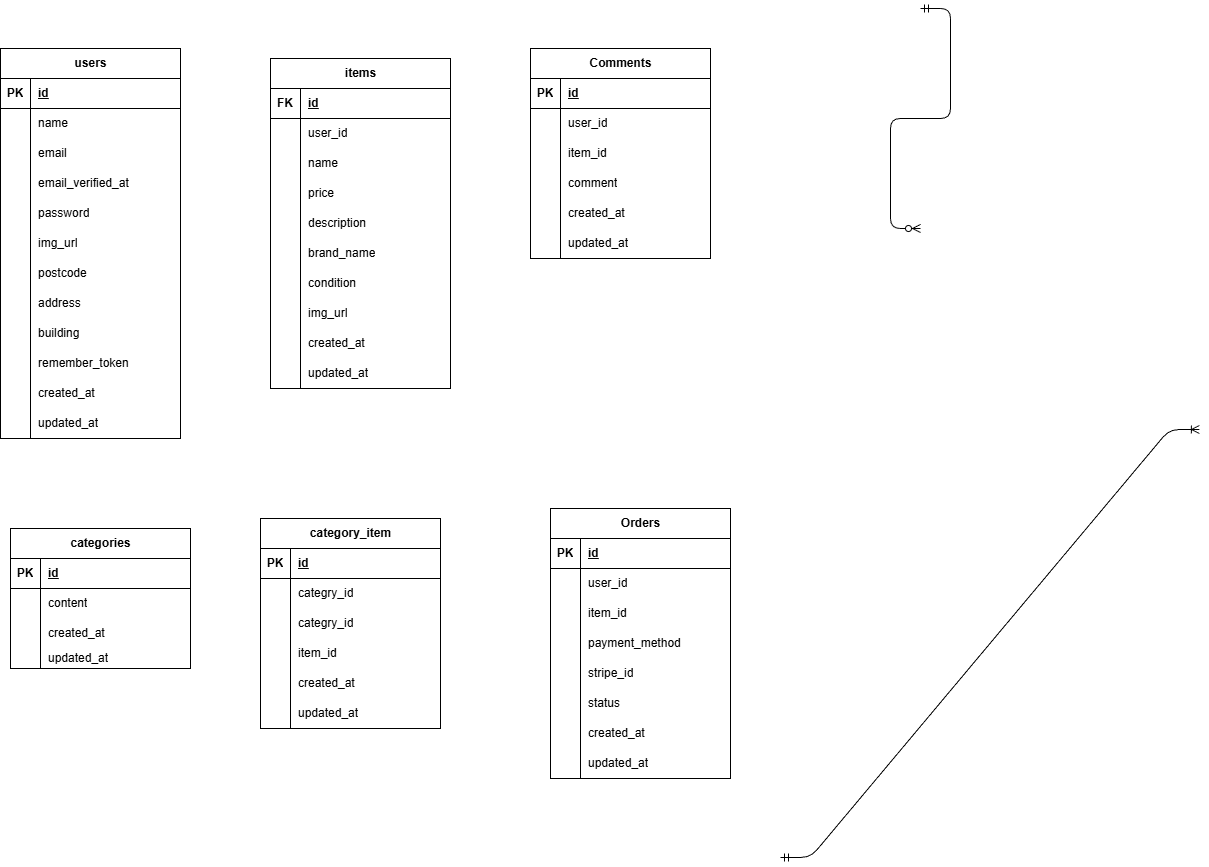
Before: ER.drawio.png, a diagram exported from draw.io (HIDE52/hide-fremaapp). Source tidied: cells renumbered, new cells last; positions are measured from the earlier drawing's top-left corner, leaving out a move shared by most shapes.
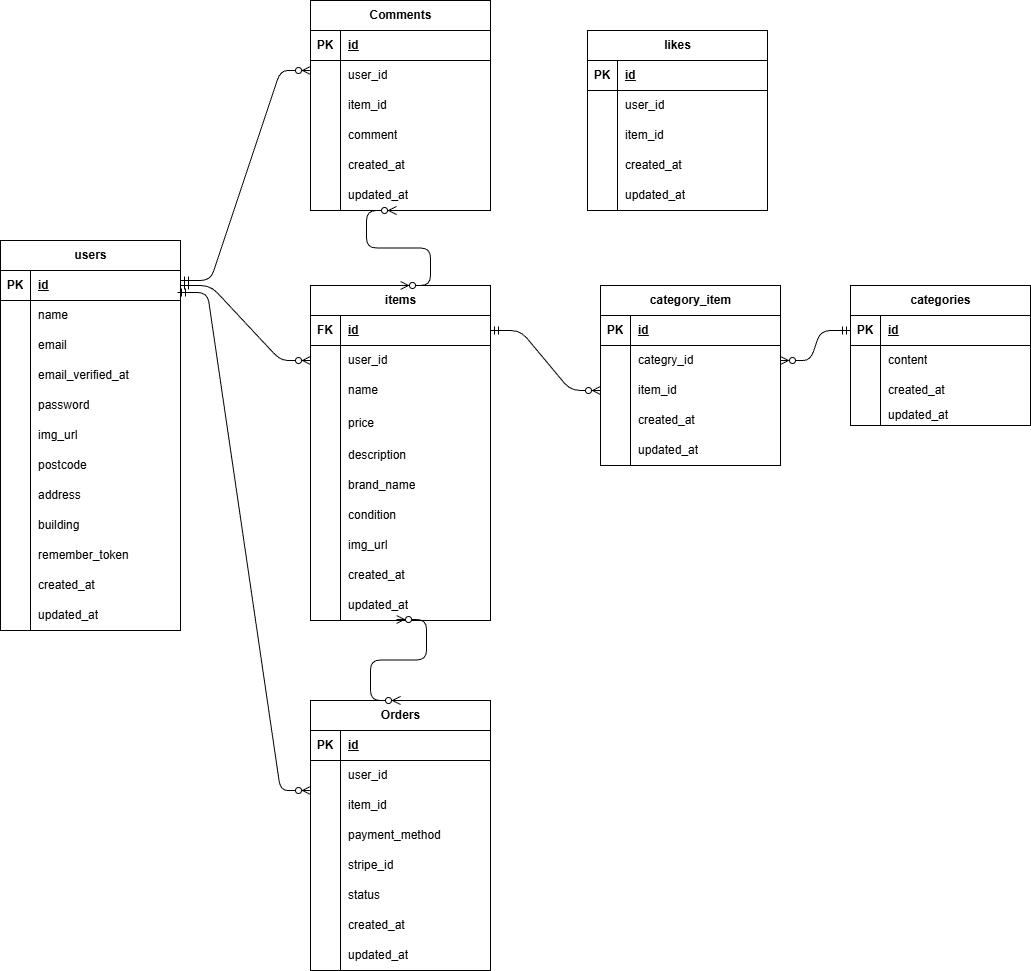
After the commit.

The edit, as a diff of the source:
```diff
@@ -3,7 +3,7 @@
     <mxCell id="0" />
     <mxCell id="1" parent="0" />
     <mxCell id="2" value="categories" style="shape=table;startSize=30;rowLines=0;fontStyle=1;align=center;html=1;" parent="1" vertex="1">
-      <mxGeometry x="10" y="520" width="180" height="140" as="geometry" />
+      <mxGeometry x="880" y="245" width="180" height="140" as="geometry" />
     </mxCell>
     <mxCell id="3" style="shape=tableRow;horizontal=0;startSize=0;swimlaneHead=0;swimlaneBody=0;fillColor=none;points=[[0,0.5],[1,0.5]];portConstraint=eastwest;top=0;left=0;right=0;bottom=1;" parent="2" vertex="1">
       <mxGeometry y="30" width="180" height="30" as="geometry" />
@@ -42,7 +42,7 @@
       <mxGeometry x="30" width="150" height="20" as="geometry" />
     </mxCell>
     <mxCell id="15" value="users" style="shape=table;startSize=30;rowLines=0;fontStyle=1;align=center;html=1;" parent="1" vertex="1">
-      <mxGeometry y="40" width="180" height="390" as="geometry" />
+      <mxGeometry x="30" y="200" width="180" height="390" as="geometry" />
     </mxCell>
     <mxCell id="16" style="shape=tableRow;horizontal=0;startSize=0;swimlaneHead=0;swimlaneBody=0;fillColor=none;points=[[0,0.5],[1,0.5]];portConstraint=eastwest;top=0;left=0;right=0;bottom=1;" parent="15" vertex="1">
       <mxGeometry y="30" width="180" height="30" as="geometry" />
@@ -152,14 +152,8 @@
     <mxCell id="51" value="updated_at" style="shape=partialRectangle;fillColor=none;top=0;left=0;bottom=0;right=0;align=left;spacingLeft=6;overflow=hidden;whiteSpace=wrap;html=1;" parent="49" vertex="1">
       <mxGeometry x="30" width="150" height="30" as="geometry" />
     </mxCell>
-    <mxCell id="52" style="edgeStyle=entityRelationEdgeStyle;fontSize=12;html=1;endArrow=ERzeroToMany;startArrow=ERmandOne;" parent="1" edge="1">
-      <mxGeometry relative="1" as="geometry">
-        <mxPoint x="920" as="sourcePoint" />
-        <mxPoint x="920" y="220" as="targetPoint" />
-      </mxGeometry>
-    </mxCell>
     <mxCell id="53" value="items" style="shape=table;startSize=30;rowLines=0;fontStyle=1;align=center;html=1;" parent="1" vertex="1">
-      <mxGeometry x="270" y="50" width="180" height="330" as="geometry" />
+      <mxGeometry x="340" y="245" width="180" height="335" as="geometry" />
     </mxCell>
     <mxCell id="54" style="shape=tableRow;horizontal=0;startSize=0;swimlaneHead=0;swimlaneBody=0;fillColor=none;top=0;left=0;right=0;bottom=1;" parent="53" vertex="1">
       <mxGeometry y="30" width="180" height="30" as="geometry" />
@@ -189,16 +183,16 @@
       <mxGeometry x="30" width="150" height="30" as="geometry" />
     </mxCell>
     <mxCell id="63" style="shape=tableRow;horizontal=0;startSize=0;swimlaneHead=0;swimlaneBody=0;fillColor=none;top=0;left=0;right=0;bottom=0;" parent="53" vertex="1">
-      <mxGeometry y="120" width="180" height="30" as="geometry" />
+      <mxGeometry y="120" width="180" height="35" as="geometry" />
     </mxCell>
     <mxCell id="64" style="shape=partialRectangle;fillColor=none;top=0;left=0;bottom=0;right=0;overflow=hidden;whiteSpace=wrap;html=1;" parent="63" vertex="1">
-      <mxGeometry width="30" height="30" as="geometry" />
+      <mxGeometry width="30" height="35" as="geometry" />
     </mxCell>
     <mxCell id="65" value="&lt;span style=&quot;color: rgb(0, 0, 0);&quot;&gt;price&lt;/span&gt;" style="shape=partialRectangle;fillColor=none;top=0;left=0;bottom=0;right=0;align=left;spacingLeft=6;overflow=hidden;whiteSpace=wrap;html=1;" parent="63" vertex="1">
-      <mxGeometry x="30" width="150" height="30" as="geometry" />
+      <mxGeometry x="30" width="150" height="35" as="geometry" />
     </mxCell>
     <mxCell id="66" style="shape=tableRow;horizontal=0;startSize=0;swimlaneHead=0;swimlaneBody=0;fillColor=none;top=0;left=0;right=0;bottom=0;" parent="53" vertex="1">
-      <mxGeometry y="150" width="180" height="30" as="geometry" />
+      <mxGeometry y="155" width="180" height="30" as="geometry" />
     </mxCell>
     <mxCell id="67" style="shape=partialRectangle;fillColor=none;top=0;left=0;bottom=0;right=0;overflow=hidden;whiteSpace=wrap;html=1;" parent="66" vertex="1">
       <mxGeometry width="30" height="30" as="geometry" />
@@ -207,7 +201,7 @@
       <mxGeometry x="30" width="150" height="30" as="geometry" />
     </mxCell>
     <mxCell id="69" style="shape=tableRow;horizontal=0;startSize=0;swimlaneHead=0;swimlaneBody=0;fillColor=none;top=0;left=0;right=0;bottom=0;" parent="53" vertex="1">
-      <mxGeometry y="180" width="180" height="30" as="geometry" />
+      <mxGeometry y="185" width="180" height="30" as="geometry" />
     </mxCell>
     <mxCell id="70" style="shape=partialRectangle;fillColor=none;top=0;left=0;bottom=0;right=0;overflow=hidden;whiteSpace=wrap;html=1;" parent="69" vertex="1">
       <mxGeometry width="30" height="30" as="geometry" />
@@ -216,7 +210,7 @@
       <mxGeometry x="30" width="150" height="30" as="geometry" />
     </mxCell>
     <mxCell id="72" style="shape=tableRow;horizontal=0;startSize=0;swimlaneHead=0;swimlaneBody=0;fillColor=none;top=0;left=0;right=0;bottom=0;" parent="53" vertex="1">
-      <mxGeometry y="210" width="180" height="30" as="geometry" />
+      <mxGeometry y="215" width="180" height="30" as="geometry" />
     </mxCell>
     <mxCell id="73" style="shape=partialRectangle;fillColor=none;top=0;left=0;bottom=0;right=0;overflow=hidden;whiteSpace=wrap;html=1;" parent="72" vertex="1">
       <mxGeometry width="30" height="30" as="geometry" />
@@ -225,7 +219,7 @@
       <mxGeometry x="30" width="150" height="30" as="geometry" />
     </mxCell>
     <mxCell id="75" style="shape=tableRow;horizontal=0;startSize=0;swimlaneHead=0;swimlaneBody=0;fillColor=none;top=0;left=0;right=0;bottom=0;" parent="53" vertex="1">
-      <mxGeometry y="240" width="180" height="30" as="geometry" />
+      <mxGeometry y="245" width="180" height="30" as="geometry" />
     </mxCell>
     <mxCell id="76" style="shape=partialRectangle;fillColor=none;top=0;left=0;bottom=0;right=0;overflow=hidden;whiteSpace=wrap;html=1;" parent="75" vertex="1">
       <mxGeometry width="30" height="30" as="geometry" />
@@ -234,7 +228,7 @@
       <mxGeometry x="30" width="150" height="30" as="geometry" />
     </mxCell>
     <mxCell id="78" style="shape=tableRow;horizontal=0;startSize=0;swimlaneHead=0;swimlaneBody=0;fillColor=none;top=0;left=0;right=0;bottom=0;" parent="53" vertex="1">
-      <mxGeometry y="270" width="180" height="30" as="geometry" />
+      <mxGeometry y="275" width="180" height="30" as="geometry" />
     </mxCell>
     <mxCell id="79" style="shape=partialRectangle;fillColor=none;top=0;left=0;bottom=0;right=0;overflow=hidden;whiteSpace=wrap;html=1;" parent="78" vertex="1">
       <mxGeometry width="30" height="30" as="geometry" />
@@ -243,7 +237,7 @@
       <mxGeometry x="30" width="150" height="30" as="geometry" />
     </mxCell>
     <mxCell id="81" style="shape=tableRow;horizontal=0;startSize=0;swimlaneHead=0;swimlaneBody=0;fillColor=none;points=[[0,0.5],[1,0.5]];portConstraint=eastwest;top=0;left=0;right=0;bottom=0;" parent="53" vertex="1">
-      <mxGeometry y="300" width="180" height="30" as="geometry" />
+      <mxGeometry y="305" width="180" height="30" as="geometry" />
     </mxCell>
     <mxCell id="82" style="shape=partialRectangle;fillColor=none;top=0;left=0;bottom=0;right=0;overflow=hidden;whiteSpace=wrap;html=1;" parent="81" vertex="1">
       <mxGeometry width="30" height="30" as="geometry" />
@@ -252,7 +246,7 @@
       <mxGeometry x="30" width="150" height="30" as="geometry" />
     </mxCell>
     <mxCell id="84" value="category_item" style="shape=table;startSize=30;rowLines=0;fontStyle=1;align=center;html=1;" parent="1" vertex="1">
-      <mxGeometry x="260" y="510" width="180" height="210" as="geometry" />
+      <mxGeometry x="630" y="245" width="180" height="180" as="geometry" />
     </mxCell>
     <mxCell id="85" style="shape=tableRow;horizontal=0;startSize=0;swimlaneHead=0;swimlaneBody=0;fillColor=none;top=0;left=0;right=0;bottom=1;" parent="84" vertex="1">
       <mxGeometry y="30" width="180" height="30" as="geometry" />
@@ -272,17 +266,8 @@
     <mxCell id="90" value="&lt;span style=&quot;color: rgb(0, 0, 0);&quot;&gt;categry_id&lt;/span&gt;" style="shape=partialRectangle;fillColor=none;top=0;left=0;bottom=0;right=0;align=left;spacingLeft=6;overflow=hidden;whiteSpace=wrap;html=1;" parent="88" vertex="1">
       <mxGeometry x="30" width="150" height="30" as="geometry" />
     </mxCell>
-    <mxCell id="91" style="shape=tableRow;horizontal=0;startSize=0;swimlaneHead=0;swimlaneBody=0;fillColor=none;top=0;left=0;right=0;bottom=0;" parent="84" vertex="1">
-      <mxGeometry y="90" width="180" height="30" as="geometry" />
-    </mxCell>
-    <mxCell id="92" style="shape=partialRectangle;fillColor=none;top=0;left=0;bottom=0;right=0;overflow=hidden;whiteSpace=wrap;html=1;" parent="91" vertex="1">
-      <mxGeometry width="30" height="30" as="geometry" />
-    </mxCell>
-    <mxCell id="93" value="&lt;span style=&quot;color: rgb(0, 0, 0);&quot;&gt;categry_id&lt;/span&gt;" style="shape=partialRectangle;fillColor=none;top=0;left=0;bottom=0;right=0;align=left;spacingLeft=6;overflow=hidden;whiteSpace=wrap;html=1;" parent="91" vertex="1">
-      <mxGeometry x="30" width="150" height="30" as="geometry" />
-    </mxCell>
     <mxCell id="94" style="shape=tableRow;horizontal=0;startSize=0;swimlaneHead=0;swimlaneBody=0;fillColor=none;points=[[0,0.5],[1,0.5]];portConstraint=eastwest;top=0;left=0;right=0;bottom=0;" parent="84" vertex="1">
-      <mxGeometry y="120" width="180" height="30" as="geometry" />
+      <mxGeometry y="90" width="180" height="30" as="geometry" />
     </mxCell>
     <mxCell id="95" style="shape=partialRectangle;fillColor=none;top=0;left=0;bottom=0;right=0;overflow=hidden;whiteSpace=wrap;html=1;" parent="94" vertex="1">
       <mxGeometry width="30" height="30" as="geometry" />
@@ -291,7 +276,7 @@
       <mxGeometry x="30" width="150" height="30" as="geometry" />
     </mxCell>
     <mxCell id="97" style="shape=tableRow;horizontal=0;startSize=0;swimlaneHead=0;swimlaneBody=0;fillColor=none;top=0;left=0;right=0;bottom=0;" parent="84" vertex="1">
-      <mxGeometry y="150" width="180" height="30" as="geometry" />
+      <mxGeometry y="120" width="180" height="30" as="geometry" />
     </mxCell>
     <mxCell id="98" style="shape=partialRectangle;fillColor=none;top=0;left=0;bottom=0;right=0;overflow=hidden;whiteSpace=wrap;html=1;" parent="97" vertex="1">
       <mxGeometry width="30" height="30" as="geometry" />
@@ -300,7 +285,7 @@
       <mxGeometry x="30" width="150" height="30" as="geometry" />
     </mxCell>
     <mxCell id="100" style="shape=tableRow;horizontal=0;startSize=0;swimlaneHead=0;swimlaneBody=0;fillColor=none;top=0;left=0;right=0;bottom=0;" parent="84" vertex="1">
-      <mxGeometry y="180" width="180" height="30" as="geometry" />
+      <mxGeometry y="150" width="180" height="30" as="geometry" />
     </mxCell>
     <mxCell id="101" style="shape=partialRectangle;fillColor=none;top=0;left=0;bottom=0;right=0;overflow=hidden;whiteSpace=wrap;html=1;" parent="100" vertex="1">
       <mxGeometry width="30" height="30" as="geometry" />
@@ -309,7 +294,7 @@
       <mxGeometry x="30" width="150" height="30" as="geometry" />
     </mxCell>
     <mxCell id="103" value="Comments" style="shape=table;startSize=30;rowLines=0;fontStyle=1;align=center;html=1;" parent="1" vertex="1">
-      <mxGeometry x="530" y="40" width="180" height="210" as="geometry" />
+      <mxGeometry x="340" y="-40" width="180" height="210" as="geometry" />
     </mxCell>
     <mxCell id="104" style="shape=tableRow;horizontal=0;startSize=0;swimlaneHead=0;swimlaneBody=0;fillColor=none;top=0;left=0;right=0;bottom=1;" parent="103" vertex="1">
       <mxGeometry y="30" width="180" height="30" as="geometry" />
@@ -365,14 +350,8 @@
     <mxCell id="121" value="updated_at" style="shape=partialRectangle;fillColor=none;top=0;left=0;bottom=0;right=0;align=left;spacingLeft=6;overflow=hidden;whiteSpace=wrap;html=1;" parent="119" vertex="1">
       <mxGeometry x="30" width="150" height="30" as="geometry" />
     </mxCell>
-    <mxCell id="122" style="edgeStyle=entityRelationEdgeStyle;fontSize=12;html=1;endArrow=ERoneToMany;startArrow=ERmandOne;exitX=1.006;exitY=0.767;exitDx=0;exitDy=0;exitPerimeter=0;" parent="1" edge="1">
-      <mxGeometry relative="1" as="geometry">
-        <mxPoint x="780" y="849" as="sourcePoint" />
-        <mxPoint x="1198.9" y="421" as="targetPoint" />
-      </mxGeometry>
-    </mxCell>
     <mxCell id="123" value="Orders" style="shape=table;startSize=30;rowLines=0;fontStyle=1;align=center;html=1;" parent="1" vertex="1">
-      <mxGeometry x="550" y="500" width="180" height="270" as="geometry" />
+      <mxGeometry x="340" y="660" width="180" height="270" as="geometry" />
     </mxCell>
     <mxCell id="124" style="shape=tableRow;horizontal=0;startSize=0;swimlaneHead=0;swimlaneBody=0;fillColor=none;top=0;left=0;right=0;bottom=1;" parent="123" vertex="1">
       <mxGeometry y="30" width="180" height="30" as="geometry" />
@@ -446,5 +425,105 @@
     <mxCell id="147" value="updated_at" style="shape=partialRectangle;fillColor=none;top=0;left=0;bottom=0;right=0;align=left;spacingLeft=6;overflow=hidden;whiteSpace=wrap;html=1;" parent="145" vertex="1">
       <mxGeometry x="30" width="150" height="30" as="geometry" />
     </mxCell>
+    <mxCell id="148" style="edgeStyle=entityRelationEdgeStyle;fontSize=12;html=1;endArrow=ERzeroToMany;startArrow=ERmandOne;endFill=0;" parent="1" edge="1">
+      <mxGeometry relative="1" as="geometry">
+        <mxPoint x="210" y="240" as="sourcePoint" />
+        <mxPoint x="340" y="30" as="targetPoint" />
+        <Array as="points">
+          <mxPoint x="270" y="195" />
+        </Array>
+      </mxGeometry>
+    </mxCell>
+    <mxCell id="149" style="edgeStyle=entityRelationEdgeStyle;fontSize=12;html=1;endArrow=ERzeroToMany;startArrow=ERmandOne;endFill=0;" parent="1" edge="1" source="16" target="57">
+      <mxGeometry relative="1" as="geometry">
+        <Array as="points">
+          <mxPoint x="280" y="270" />
+          <mxPoint x="310" y="260" />
+        </Array>
+      </mxGeometry>
+    </mxCell>
+    <mxCell id="150" style="edgeStyle=entityRelationEdgeStyle;fontSize=12;html=1;endArrow=ERzeroToMany;startArrow=ERmandOne;endFill=0;exitX=0.983;exitY=0.733;exitDx=0;exitDy=0;exitPerimeter=0;" parent="1" edge="1" source="16">
+      <mxGeometry relative="1" as="geometry">
+        <mxPoint x="340" y="750" as="targetPoint" />
+        <Array as="points">
+          <mxPoint x="240" y="405" />
+        </Array>
+      </mxGeometry>
+    </mxCell>
+    <mxCell id="151" style="edgeStyle=entityRelationEdgeStyle;fontSize=12;html=1;endArrow=ERzeroToMany;endFill=1;startArrow=ERzeroToMany;entryX=0.478;entryY=1.086;entryDx=0;entryDy=0;entryPerimeter=0;exitX=0.5;exitY=0;exitDx=0;exitDy=0;" parent="1" edge="1" source="53">
+      <mxGeometry relative="1" as="geometry">
+        <mxPoint x="426" y="170" as="targetPoint" />
+        <Array as="points">
+          <mxPoint x="460" y="230" />
+          <mxPoint x="560" y="217.4" />
+        </Array>
+      </mxGeometry>
+    </mxCell>
+    <mxCell id="152" style="edgeStyle=entityRelationEdgeStyle;fontSize=12;html=1;endArrow=ERzeroToMany;endFill=1;startArrow=ERzeroToMany;entryX=0.478;entryY=0.967;entryDx=0;entryDy=0;entryPerimeter=0;exitX=0.5;exitY=0;exitDx=0;exitDy=0;" parent="1" edge="1" source="123" target="81">
+      <mxGeometry relative="1" as="geometry" />
+    </mxCell>
+    <mxCell id="153" style="edgeStyle=entityRelationEdgeStyle;fontSize=12;html=1;endArrow=ERzeroToMany;endFill=1;startArrow=ERmandOne;startFill=0;" parent="1" edge="1" target="94">
+      <mxGeometry relative="1" as="geometry">
+        <mxPoint x="520" y="290" as="sourcePoint" />
+        <Array as="points">
+          <mxPoint x="610" y="110" />
+        </Array>
+      </mxGeometry>
+    </mxCell>
+    <mxCell id="154" style="edgeStyle=entityRelationEdgeStyle;fontSize=12;html=1;endArrow=ERmandOne;endFill=0;startArrow=ERzeroToMany;startFill=0;" parent="1" edge="1" source="88" target="3">
+      <mxGeometry relative="1" as="geometry">
+        <Array as="points">
+          <mxPoint x="1130" y="340" />
+        </Array>
+      </mxGeometry>
+    </mxCell>
+    <mxCell id="155" value="likes" style="shape=table;startSize=30;rowLines=0;fontStyle=1;align=center;html=1;" parent="1" vertex="1">
+      <mxGeometry x="617" y="-10" width="180" height="180" as="geometry" />
+    </mxCell>
+    <mxCell id="156" style="shape=tableRow;horizontal=0;startSize=0;swimlaneHead=0;swimlaneBody=0;fillColor=none;top=0;left=0;right=0;bottom=1;" parent="155" vertex="1">
+      <mxGeometry y="30" width="180" height="30" as="geometry" />
+    </mxCell>
+    <mxCell id="157" value="PK" style="shape=partialRectangle;fillColor=none;top=0;left=0;bottom=0;right=0;fontStyle=1;overflow=hidden;whiteSpace=wrap;html=1;" parent="156" vertex="1">
+      <mxGeometry width="30" height="30" as="geometry" />
+    </mxCell>
+    <mxCell id="158" value="&lt;span style=&quot;color: rgb(0, 0, 0);&quot;&gt;id&lt;/span&gt;" style="shape=partialRectangle;fillColor=none;top=0;left=0;bottom=0;right=0;align=left;spacingLeft=6;fontStyle=5;overflow=hidden;whiteSpace=wrap;html=1;" parent="156" vertex="1">
+      <mxGeometry x="30" width="150" height="30" as="geometry" />
+    </mxCell>
+    <mxCell id="159" style="shape=tableRow;horizontal=0;startSize=0;swimlaneHead=0;swimlaneBody=0;fillColor=none;top=0;left=0;right=0;bottom=0;" parent="155" vertex="1">
+      <mxGeometry y="60" width="180" height="30" as="geometry" />
+    </mxCell>
+    <mxCell id="160" style="shape=partialRectangle;fillColor=none;top=0;left=0;bottom=0;right=0;overflow=hidden;whiteSpace=wrap;html=1;" parent="159" vertex="1">
+      <mxGeometry width="30" height="30" as="geometry" />
+    </mxCell>
+    <mxCell id="161" value="user_id" style="shape=partialRectangle;fillColor=none;top=0;left=0;bottom=0;right=0;align=left;spacingLeft=6;overflow=hidden;whiteSpace=wrap;html=1;" parent="159" vertex="1">
+      <mxGeometry x="30" width="150" height="30" as="geometry" />
+    </mxCell>
+    <mxCell id="91" style="shape=tableRow;horizontal=0;startSize=0;swimlaneHead=0;swimlaneBody=0;fillColor=none;top=0;left=0;right=0;bottom=0;" parent="155" vertex="1">
+      <mxGeometry y="90" width="180" height="30" as="geometry" />
+    </mxCell>
+    <mxCell id="162" style="shape=partialRectangle;fillColor=none;top=0;left=0;bottom=0;right=0;overflow=hidden;whiteSpace=wrap;html=1;" parent="91" vertex="1">
+      <mxGeometry width="30" height="30" as="geometry" />
+    </mxCell>
+    <mxCell id="163" value="item_id" style="shape=partialRectangle;fillColor=none;top=0;left=0;bottom=0;right=0;align=left;spacingLeft=6;overflow=hidden;whiteSpace=wrap;html=1;" parent="91" vertex="1">
+      <mxGeometry x="30" width="150" height="30" as="geometry" />
+    </mxCell>
+    <mxCell id="164" style="shape=tableRow;horizontal=0;startSize=0;swimlaneHead=0;swimlaneBody=0;fillColor=none;top=0;left=0;right=0;bottom=0;" parent="155" vertex="1">
+      <mxGeometry y="120" width="180" height="30" as="geometry" />
+    </mxCell>
+    <mxCell id="165" style="shape=partialRectangle;fillColor=none;top=0;left=0;bottom=0;right=0;overflow=hidden;whiteSpace=wrap;html=1;" parent="164" vertex="1">
+      <mxGeometry width="30" height="30" as="geometry" />
+    </mxCell>
+    <mxCell id="166" value="created_at" style="shape=partialRectangle;fillColor=none;top=0;left=0;bottom=0;right=0;align=left;spacingLeft=6;overflow=hidden;whiteSpace=wrap;html=1;" parent="164" vertex="1">
+      <mxGeometry x="30" width="150" height="30" as="geometry" />
+    </mxCell>
+    <mxCell id="167" style="shape=tableRow;horizontal=0;startSize=0;swimlaneHead=0;swimlaneBody=0;fillColor=none;top=0;left=0;right=0;bottom=0;" parent="155" vertex="1">
+      <mxGeometry y="150" width="180" height="30" as="geometry" />
+    </mxCell>
+    <mxCell id="168" style="shape=partialRectangle;fillColor=none;top=0;left=0;bottom=0;right=0;overflow=hidden;whiteSpace=wrap;html=1;" parent="167" vertex="1">
+      <mxGeometry width="30" height="30" as="geometry" />
+    </mxCell>
+    <mxCell id="169" value="updated_at" style="shape=partialRectangle;fillColor=none;top=0;left=0;bottom=0;right=0;align=left;spacingLeft=6;overflow=hidden;whiteSpace=wrap;html=1;" parent="167" vertex="1">
+      <mxGeometry x="30" width="150" height="30" as="geometry" />
+    </mxCell>
   </root>
 </mxGraphModel>
```
